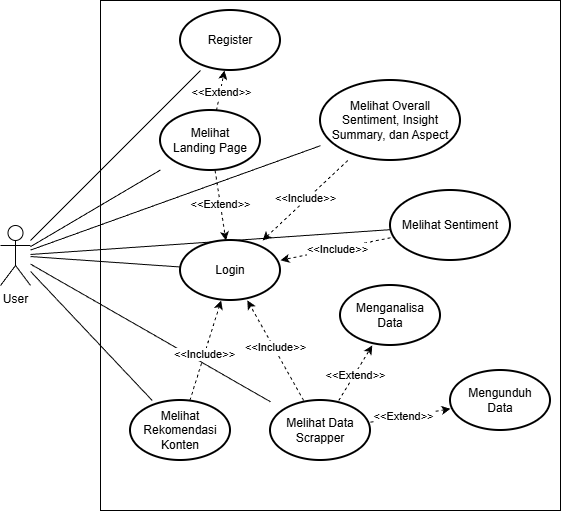
This is gambar/usecase-TA.png from NasFahmi/Laporan-Tugas-Akhir, a draw.io export, as it was before one commit. Source tidied: cells renumbered, new cells last; positions are measured from the earlier drawing's top-left corner, leaving out a move shared by most shapes.
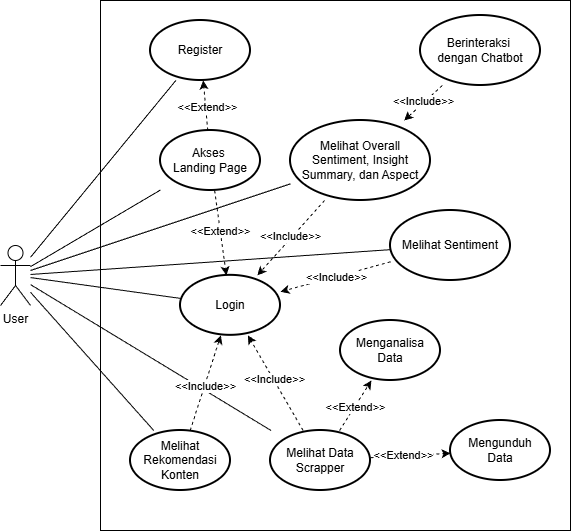
After the commit.

Change to the diagram source:
```diff
@@ -3,7 +3,7 @@
     <mxCell id="0" />
     <mxCell id="1" parent="0" />
     <mxCell id="2" style="rounded=0;whiteSpace=wrap;html=1;fillColor=none;" parent="1" vertex="1">
-      <mxGeometry x="100" width="460" height="510" as="geometry" />
+      <mxGeometry x="100" y="-20" width="470" height="530" as="geometry" />
     </mxCell>
     <mxCell id="3" style="rounded=0;jettySize=auto;html=1;strokeColor=default;endArrow=none;endFill=0;" parent="1" edge="1" source="9" target="25">
       <mxGeometry relative="1" as="geometry" />
@@ -48,7 +48,7 @@
       <mxGeometry x="-0.06" relative="1" as="geometry" />
     </mxCell>
     <mxCell id="17" value="Melihat Rekomendasi Konten" style="strokeWidth=2;html=1;shape=mxgraph.flowchart.start_1;whiteSpace=wrap;" parent="1" vertex="1">
-      <mxGeometry x="130" y="400" width="100" height="60" as="geometry" />
+      <mxGeometry x="130" y="410" width="100" height="60" as="geometry" />
     </mxCell>
     <mxCell id="18" style="rounded=0;jettySize=auto;html=1;dashed=1;" parent="1" edge="1" source="24" target="25">
       <mxGeometry relative="1" as="geometry" />
@@ -71,22 +71,22 @@
       </mxGeometry>
     </mxCell>
     <mxCell id="24" value="Melihat Data Scrapper" style="strokeWidth=2;html=1;shape=mxgraph.flowchart.start_1;whiteSpace=wrap;" parent="1" vertex="1">
-      <mxGeometry x="270" y="400" width="100" height="60" as="geometry" />
+      <mxGeometry x="270" y="410" width="100" height="60" as="geometry" />
     </mxCell>
     <mxCell id="25" value="Login" style="strokeWidth=2;html=1;shape=mxgraph.flowchart.start_1;whiteSpace=wrap;" parent="1" vertex="1">
-      <mxGeometry x="180" y="240" width="100" height="60" as="geometry" />
+      <mxGeometry x="180" y="254.8" width="100" height="60" as="geometry" />
     </mxCell>
     <mxCell id="26" value="Register" style="strokeWidth=2;html=1;shape=mxgraph.flowchart.start_1;whiteSpace=wrap;" parent="1" vertex="1">
-      <mxGeometry x="180" y="10" width="100" height="60" as="geometry" />
+      <mxGeometry x="150" width="100" height="60" as="geometry" />
     </mxCell>
     <mxCell id="27" value="Mengunduh&lt;div&gt;&lt;span style=&quot;background-color: transparent; color: light-dark(rgb(0, 0, 0), rgb(255, 255, 255));&quot;&gt;Data&lt;/span&gt;&lt;/div&gt;" style="strokeWidth=2;html=1;shape=mxgraph.flowchart.start_1;whiteSpace=wrap;" parent="1" vertex="1">
-      <mxGeometry x="450" y="370" width="100" height="60" as="geometry" />
+      <mxGeometry x="450" y="400" width="100" height="60" as="geometry" />
     </mxCell>
     <mxCell id="28" value="Menganalisa&lt;div&gt;Data&lt;/div&gt;" style="strokeWidth=2;html=1;shape=mxgraph.flowchart.start_1;whiteSpace=wrap;" parent="1" vertex="1">
-      <mxGeometry x="340" y="285" width="100" height="60" as="geometry" />
+      <mxGeometry x="340" y="300" width="100" height="60" as="geometry" />
     </mxCell>
     <mxCell id="29" value="Melihat Overall Sentiment, Insight Summary, dan Aspect" style="strokeWidth=2;html=1;shape=mxgraph.flowchart.start_1;whiteSpace=wrap;" parent="1" vertex="1">
-      <mxGeometry x="320" y="80" width="140" height="80" as="geometry" />
+      <mxGeometry x="290" y="100" width="140" height="80" as="geometry" />
     </mxCell>
     <mxCell id="30" style="rounded=0;jettySize=auto;html=1;dashed=1;" parent="1" edge="1" source="35" target="26">
       <mxGeometry relative="1" as="geometry" />
@@ -103,8 +103,17 @@
     <mxCell id="34" style="rounded=0;jettySize=auto;html=1;endArrow=none;endFill=0;" parent="1" edge="1" source="9" target="35">
       <mxGeometry relative="1" as="geometry" />
     </mxCell>
-    <mxCell id="35" value="Melihat&lt;div&gt;Landing Page&lt;/div&gt;" style="strokeWidth=2;html=1;shape=mxgraph.flowchart.start_1;whiteSpace=wrap;" parent="1" vertex="1">
+    <mxCell id="35" value="Akses&amp;nbsp;&lt;div&gt;Landing Page&lt;/div&gt;" style="strokeWidth=2;html=1;shape=mxgraph.flowchart.start_1;whiteSpace=wrap;" parent="1" vertex="1">
       <mxGeometry x="160" y="110" width="100" height="60" as="geometry" />
     </mxCell>
+    <mxCell id="36" value="Berinteraksi&amp;nbsp;&lt;div&gt;dengan&amp;nbsp;&lt;span style=&quot;background-color: transparent; color: light-dark(rgb(0, 0, 0), rgb(255, 255, 255));&quot;&gt;Chatbot&lt;/span&gt;&lt;/div&gt;" style="strokeWidth=2;html=1;shape=mxgraph.flowchart.start_1;whiteSpace=wrap;" parent="1" vertex="1">
+      <mxGeometry x="420" y="-5" width="120" height="70" as="geometry" />
+    </mxCell>
+    <mxCell id="37" style="rounded=0;jettySize=auto;html=1;dashed=1;" parent="1" edge="1" source="36" target="29">
+      <mxGeometry relative="1" as="geometry" />
+    </mxCell>
+    <mxCell id="38" value="&amp;lt;&amp;lt;Include&amp;gt;&amp;gt;" style="edgeLabel;html=1;align=center;verticalAlign=middle;" parent="37" vertex="1">
+      <mxGeometry x="-0.03" y="-2" relative="1" as="geometry" />
+    </mxCell>
   </root>
 </mxGraphModel>
```
